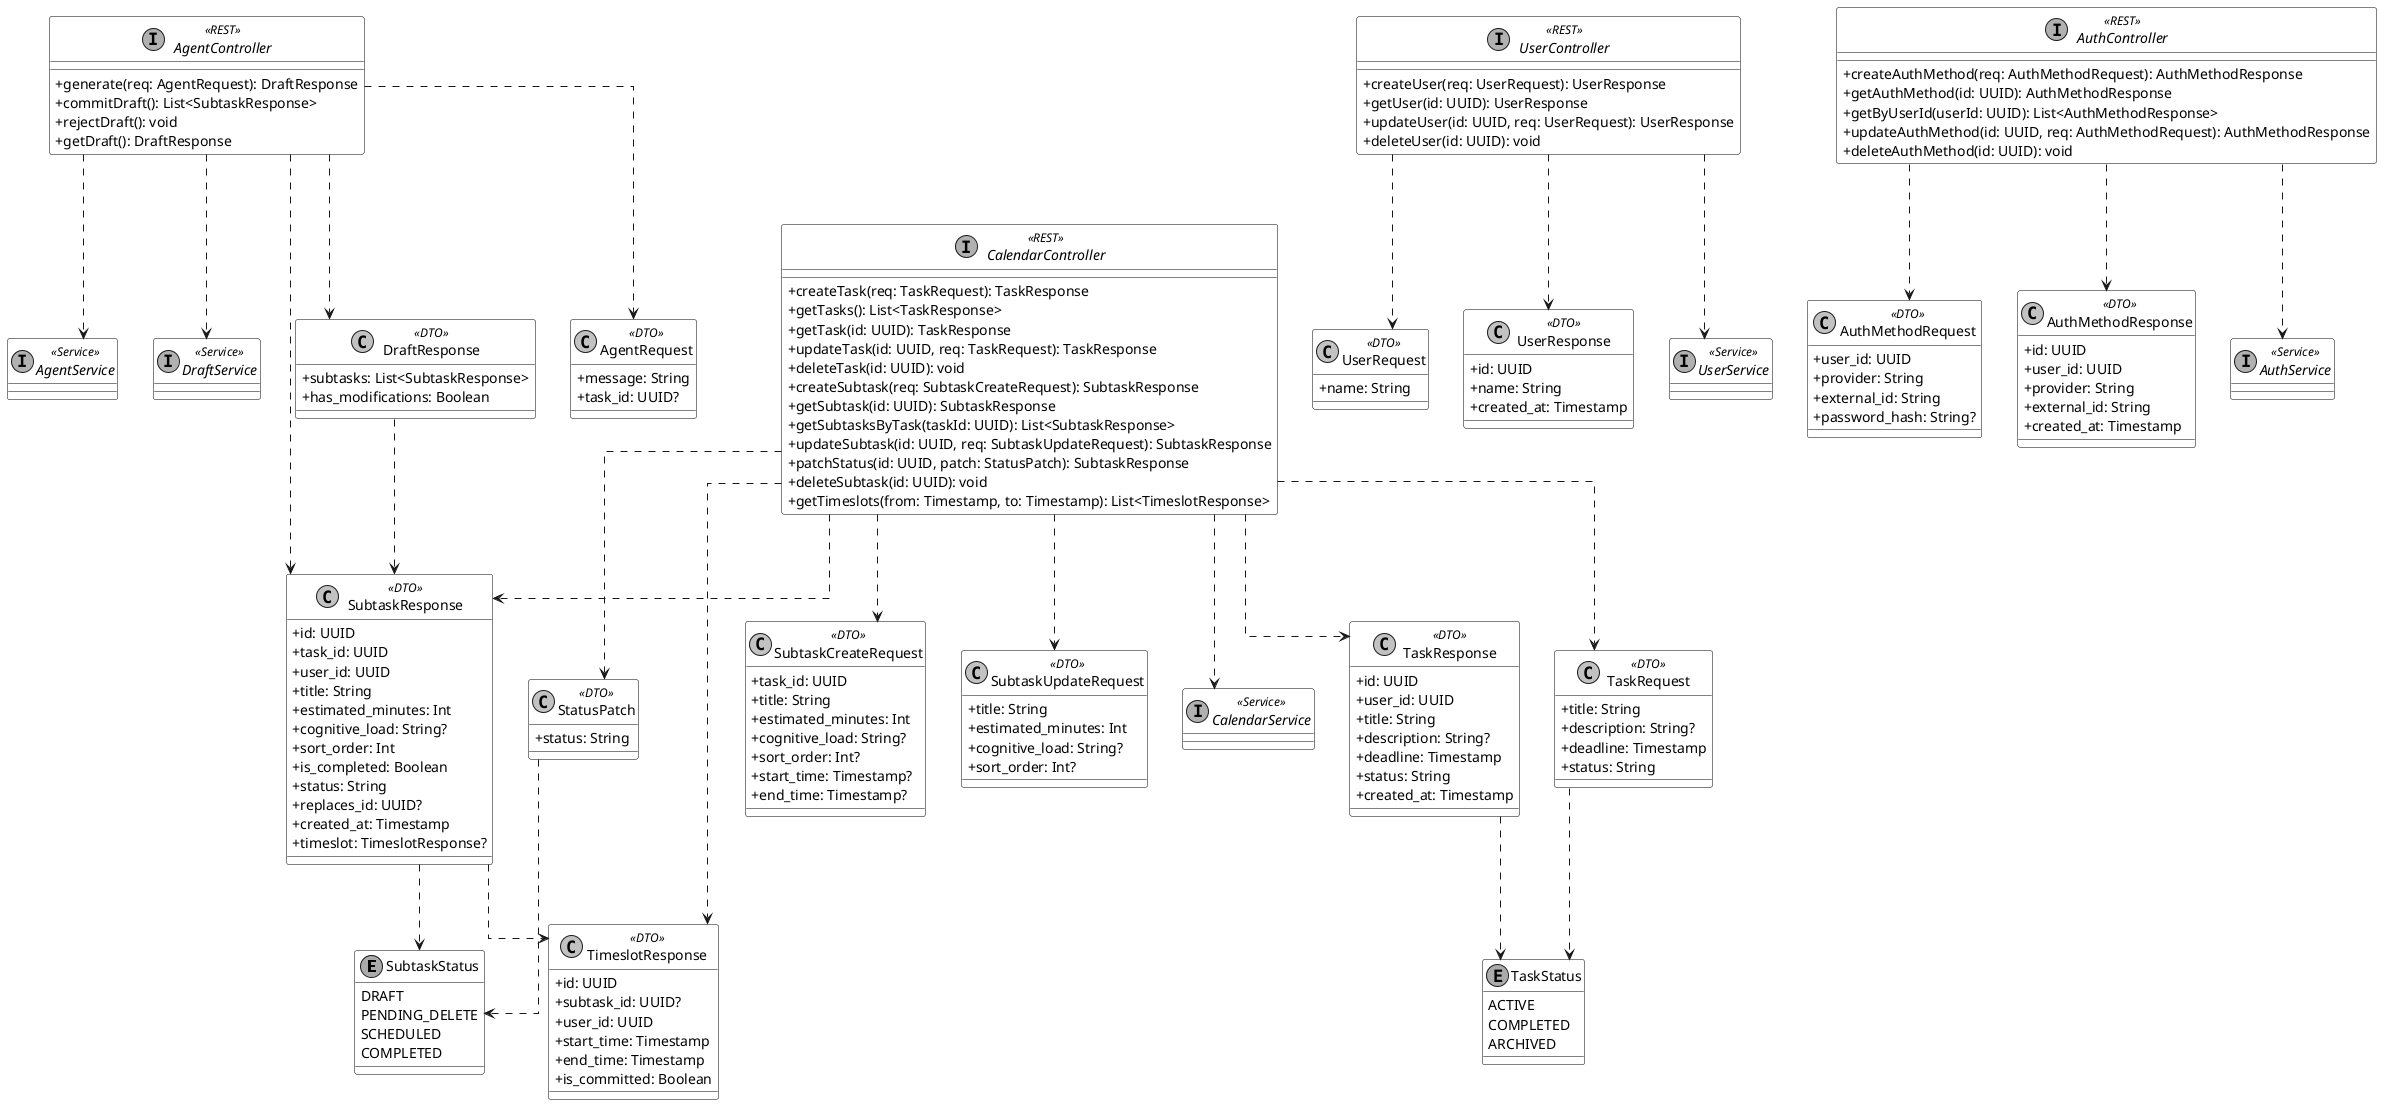
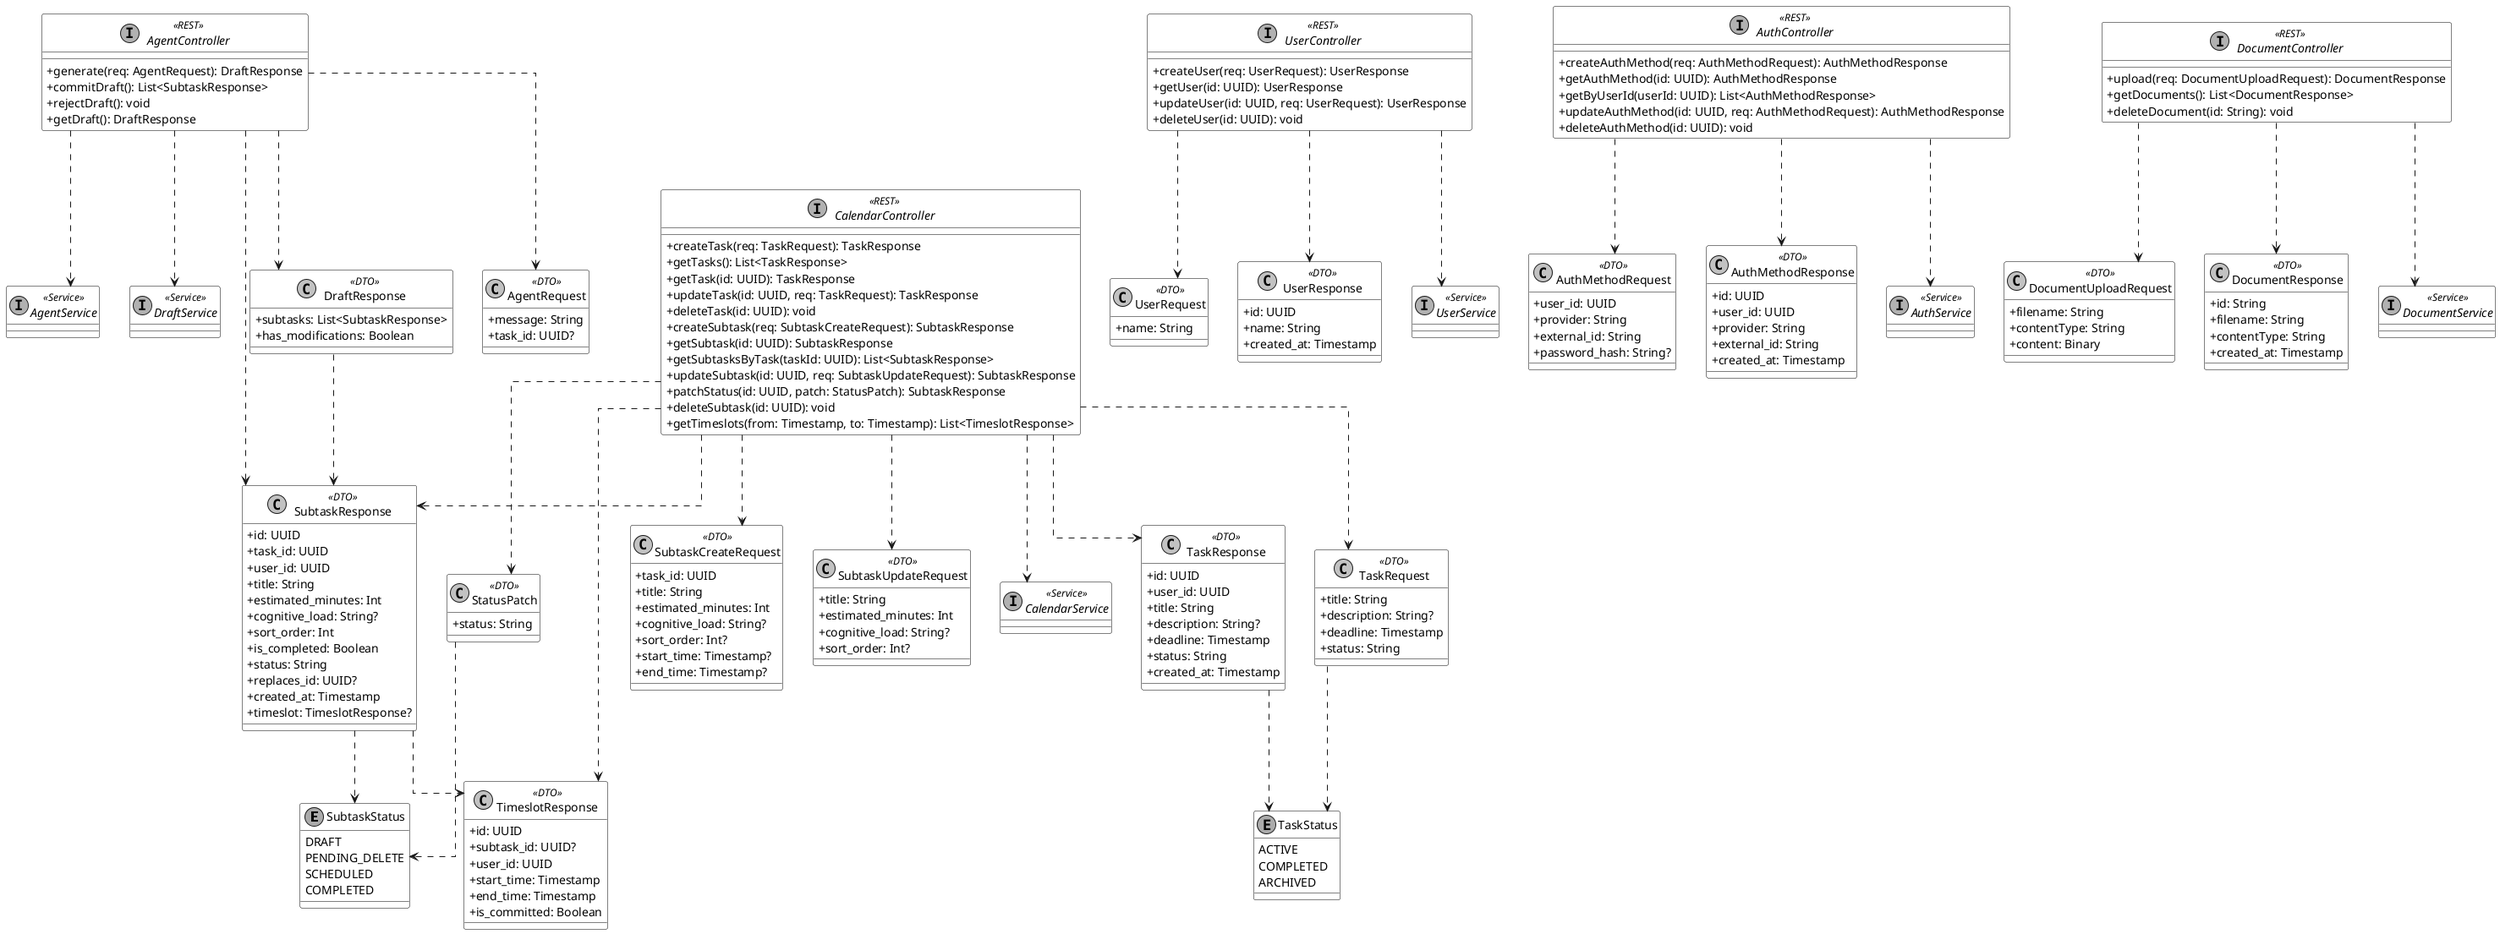
@startuml
skinparam monochrome true
skinparam shadowing false
skinparam defaultFontName Arial
skinparam classAttributeIconSize 0
skinparam classBackgroundColor transparent
skinparam classBorderColor black
skinparam classAttributeBackgroundColor transparent
skinparam linetype ortho


enum SubtaskStatus {
    DRAFT
    PENDING_DELETE
    SCHEDULED
    COMPLETED
}

enum TaskStatus {
    ACTIVE
    COMPLETED
    ARCHIVED
}

class UserRequest <<DTO>> {
    + name: String
}

class UserResponse <<DTO>> {
    + id: UUID
    + name: String
    + created_at: Timestamp
}

class AuthMethodRequest <<DTO>> {
    + user_id: UUID
    + provider: String
    + external_id: String
    + password_hash: String?
}

class AuthMethodResponse <<DTO>> {
    + id: UUID
    + user_id: UUID
    + provider: String
    + external_id: String
    + created_at: Timestamp
}

class TaskRequest <<DTO>> {
    + title: String
    + description: String?
    + deadline: Timestamp
    + status: String
}

class TaskResponse <<DTO>> {
    + id: UUID
    + user_id: UUID
    + title: String
    + description: String?
    + deadline: Timestamp
    + status: String
    + created_at: Timestamp
}

class SubtaskCreateRequest <<DTO>> {
    + task_id: UUID
    + title: String
    + estimated_minutes: Int
    + cognitive_load: String?
    + sort_order: Int?
    + start_time: Timestamp?
    + end_time: Timestamp?
}

class SubtaskUpdateRequest <<DTO>> {
    + title: String
    + estimated_minutes: Int
    + cognitive_load: String?
    + sort_order: Int?
}

class TimeslotResponse <<DTO>> {
    + id: UUID
    + subtask_id: UUID?
    + user_id: UUID
    + start_time: Timestamp
    + end_time: Timestamp
    + is_committed: Boolean
}

class SubtaskResponse <<DTO>> {
    + id: UUID
    + task_id: UUID
    + user_id: UUID
    + title: String
    + estimated_minutes: Int
    + cognitive_load: String?
    + sort_order: Int
    + is_completed: Boolean
    + status: String
    + replaces_id: UUID?
    + created_at: Timestamp
    + timeslot: TimeslotResponse?
}

class StatusPatch <<DTO>> {
    + status: String
}

class AgentRequest <<DTO>> {
    + message: String
    + task_id: UUID?
}

class DraftResponse <<DTO>> {
    + subtasks: List<SubtaskResponse>
    + has_modifications: Boolean
}

+ class DocumentUploadRequest <<DTO>> {
+     + filename: String
+     + contentType: String
+     + content: Binary
+ }
+ 
+ class DocumentResponse <<DTO>> {
+     + id: String
+     + filename: String
+     + contentType: String
+     + created_at: Timestamp
+ }
+ 
interface UserService <<Service>>
interface AuthService <<Service>>
interface CalendarService <<Service>>
interface AgentService <<Service>>
interface DraftService <<Service>>
+ interface DocumentService <<Service>>

interface UserController <<REST>> {
    + createUser(req: UserRequest): UserResponse
    + getUser(id: UUID): UserResponse
    + updateUser(id: UUID, req: UserRequest): UserResponse
    + deleteUser(id: UUID): void
}

interface AuthController <<REST>> {
    + createAuthMethod(req: AuthMethodRequest): AuthMethodResponse
    + getAuthMethod(id: UUID): AuthMethodResponse
    + getByUserId(userId: UUID): List<AuthMethodResponse>
    + updateAuthMethod(id: UUID, req: AuthMethodRequest): AuthMethodResponse
    + deleteAuthMethod(id: UUID): void
}

interface CalendarController <<REST>> {
    + createTask(req: TaskRequest): TaskResponse
    + getTasks(): List<TaskResponse>
    + getTask(id: UUID): TaskResponse
    + updateTask(id: UUID, req: TaskRequest): TaskResponse
    + deleteTask(id: UUID): void
    + createSubtask(req: SubtaskCreateRequest): SubtaskResponse
    + getSubtask(id: UUID): SubtaskResponse
    + getSubtasksByTask(taskId: UUID): List<SubtaskResponse>
    + updateSubtask(id: UUID, req: SubtaskUpdateRequest): SubtaskResponse
    + patchStatus(id: UUID, patch: StatusPatch): SubtaskResponse
    + deleteSubtask(id: UUID): void
    + getTimeslots(from: Timestamp, to: Timestamp): List<TimeslotResponse>
}

interface AgentController <<REST>> {
    + generate(req: AgentRequest): DraftResponse
    + commitDraft(): List<SubtaskResponse>
    + rejectDraft(): void
    + getDraft(): DraftResponse
}

+ interface DocumentController <<REST>> {
+     + upload(req: DocumentUploadRequest): DocumentResponse
+     + getDocuments(): List<DocumentResponse>
+     + deleteDocument(id: String): void
+ }
+ 
UserController ..> UserRequest
UserController ..> UserResponse
UserController ..> UserService

AuthController ..> AuthMethodRequest
AuthController ..> AuthMethodResponse
AuthController ..> AuthService

CalendarController ..> TaskRequest
CalendarController ..> TaskResponse
CalendarController ..> SubtaskCreateRequest
CalendarController ..> SubtaskUpdateRequest
CalendarController ..> SubtaskResponse
CalendarController ..> StatusPatch
CalendarController ..> TimeslotResponse
CalendarController ..> CalendarService

AgentController ..> AgentRequest
AgentController ..> DraftResponse
AgentController ..> SubtaskResponse
AgentController ..> AgentService
AgentController ..> DraftService

+ DocumentController ..> DocumentUploadRequest
+ DocumentController ..> DocumentResponse
+ DocumentController ..> DocumentService
+ 
TaskRequest ..> TaskStatus
TaskResponse ..> TaskStatus
SubtaskResponse ..> SubtaskStatus
StatusPatch ..> SubtaskStatus
SubtaskResponse ..> TimeslotResponse
DraftResponse ..> SubtaskResponse

@enduml
